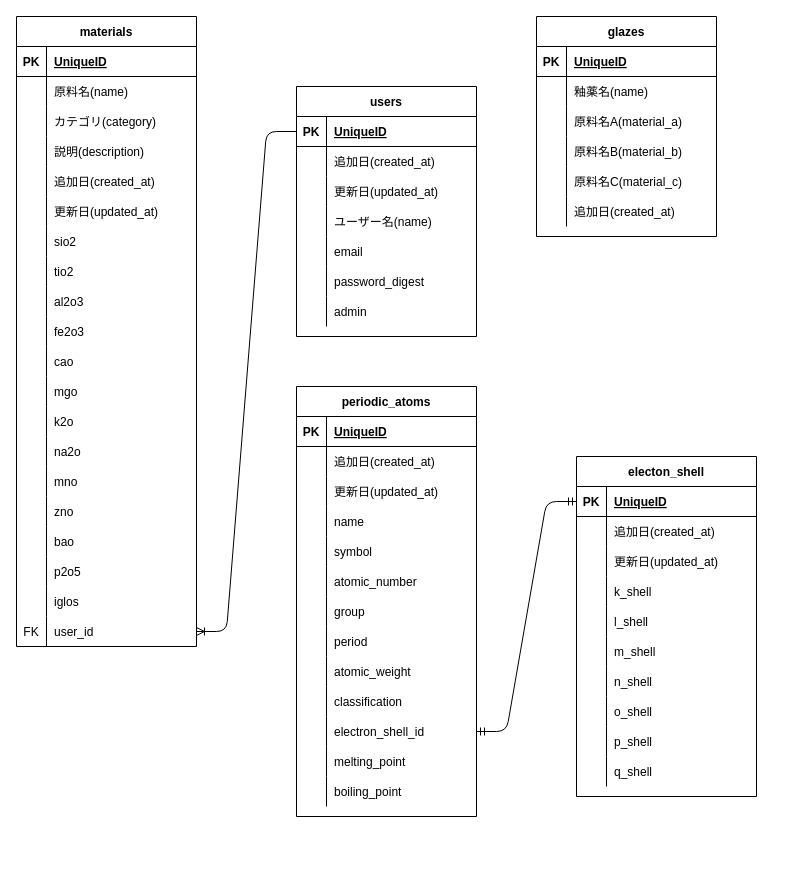
Before: public/ER図.dio in TTinoueTT/glaze_fav, a draw.io diagram. Source tidied: cells renumbered, new cells numbered last; positions are measured from the earlier drawing's top-left corner, leaving out a move shared by most shapes. Both pictures are drawn from the tidied source at 100%, with x=0, y=0 at pixel (16, 16).
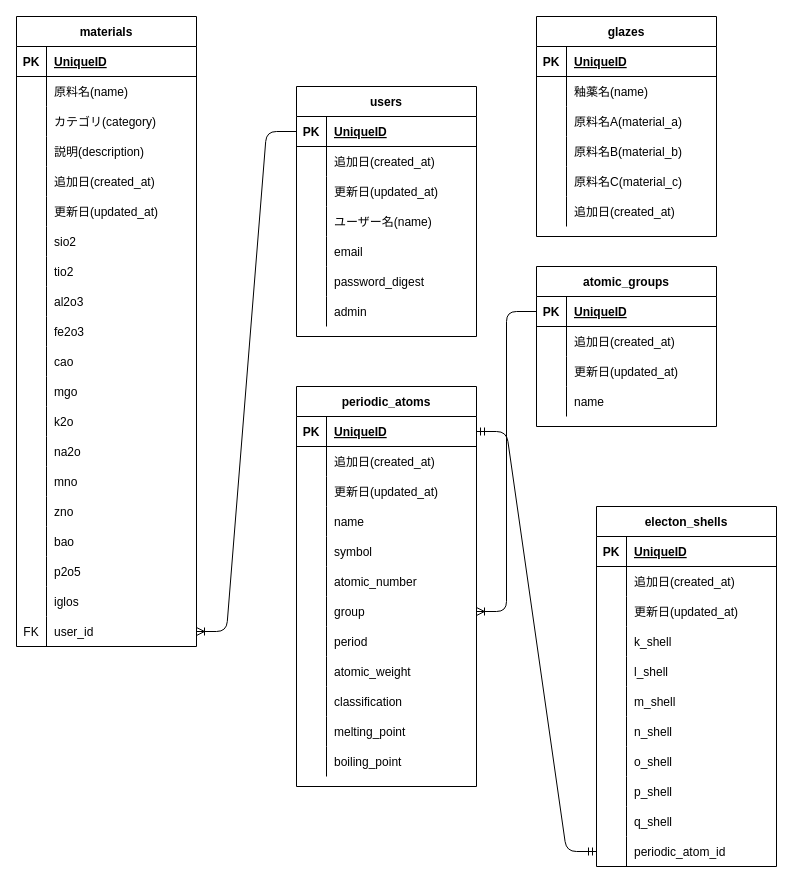
The same page after the edit.

Commit message:
update: periodic_atomsに対するアソシエーションの設定

The change refers to these unchanged cells:
```xml
<mxCell id="86" style="shape=partialRectangle;fillColor=none;top=0;left=0;bottom=1;right=0;points=[[0,0.5],[1,0.5]];portConstraint=eastwest;" parent="85" vertex="1">
  <mxGeometry y="30" width="180" height="30" as="geometry" />
</mxCell>
<mxCell id="104" style="shape=partialRectangle;fillColor=none;top=0;left=0;bottom=0;right=0;points=[[0,0.5],[1,0.5]];portConstraint=eastwest;" parent="85" vertex="1">
  <mxGeometry y="210" width="180" height="30" as="geometry" />
</mxCell>
<mxCell id="146" style="shape=partialRectangle;fillColor=none;top=0;left=0;bottom=1;right=0;points=[[0,0.5],[1,0.5]];portConstraint=eastwest;" parent="145" vertex="1">
  <mxGeometry y="30" width="180" height="30" as="geometry" />
</mxCell>
```

The edit, as a diff of the source:
```diff
@@
     <mxCell id="85" value="periodic_atoms" style="shape=table;startSize=30;childLayout=tableLayout;rowLines=0;fontStyle=1;align=center;" parent="1" vertex="1">
-      <mxGeometry x="280" y="370" width="180" height="430" as="geometry" />
+      <mxGeometry x="280" y="370" width="180" height="400" as="geometry" />
     </mxCell>
@@
-    <mxCell id="116" style="shape=partialRectangle;fillColor=none;top=0;left=0;bottom=0;right=0;points=[[0,0.5],[1,0.5]];portConstraint=eastwest;" parent="85" vertex="1">
-      <mxGeometry y="330" width="180" height="30" as="geometry" />
-    </mxCell>
-    <mxCell id="117" style="shape=partialRectangle;fillColor=none;top=0;left=0;bottom=0;right=0;overflow=hidden;" parent="116" vertex="1">
-      <mxGeometry width="30" height="30" as="geometry" />
-    </mxCell>
-    <mxCell id="118" value="electron_shell_id" style="shape=partialRectangle;fillColor=none;top=0;left=0;bottom=0;right=0;align=left;spacingLeft=6;overflow=hidden;" parent="116" vertex="1">
-      <mxGeometry x="30" width="150" height="30" as="geometry" />
-    </mxCell>
     <mxCell id="119" style="shape=partialRectangle;fillColor=none;top=0;left=0;bottom=0;right=0;" parent="85" vertex="1">
-      <mxGeometry y="360" width="180" height="30" as="geometry" />
+      <mxGeometry y="330" width="180" height="30" as="geometry" />
     </mxCell>
@@
     <mxCell id="122" style="shape=partialRectangle;fillColor=none;top=0;left=0;bottom=0;right=0;" parent="85" vertex="1">
-      <mxGeometry y="390" width="180" height="30" as="geometry" />
+      <mxGeometry y="360" width="180" height="30" as="geometry" />
     </mxCell>
@@
-    <mxCell id="145" value="electon_shell" style="shape=table;startSize=30;childLayout=tableLayout;rowLines=0;fontStyle=1;align=center;" parent="1" vertex="1">
-      <mxGeometry x="560" y="440" width="180" height="340" as="geometry" />
+    <mxCell id="145" value="electon_shells" style="shape=table;startSize=30;childLayout=tableLayout;rowLines=0;fontStyle=1;align=center;" parent="1" vertex="1">
+      <mxGeometry x="580" y="490" width="180" height="360" as="geometry" />
     </mxCell>
@@
+    <mxCell id="116" style="shape=partialRectangle;fillColor=none;top=0;left=0;bottom=0;right=0;points=[[0,0.5],[1,0.5]];portConstraint=eastwest;" parent="145" vertex="1">
+      <mxGeometry y="330" width="180" height="30" as="geometry" />
+    </mxCell>
+    <mxCell id="177" style="shape=partialRectangle;fillColor=none;top=0;left=0;bottom=0;right=0;overflow=hidden;" parent="116" vertex="1">
+      <mxGeometry width="30" height="30" as="geometry" />
+    </mxCell>
+    <mxCell id="178" value="periodic_atom_id" style="shape=partialRectangle;fillColor=none;top=0;left=0;bottom=0;right=0;align=left;spacingLeft=6;overflow=hidden;" parent="116" vertex="1">
+      <mxGeometry x="30" width="150" height="30" as="geometry" />
+    </mxCell>
-    <mxCell id="176" style="edgeStyle=entityRelationEdgeStyle;fontSize=12;html=1;endArrow=ERmandOne;startArrow=ERmandOne;exitX=1;exitY=0.5;exitDx=0;exitDy=0;entryX=0;entryY=0.5;entryDx=0;entryDy=0;" parent="1" edge="1" source="116" target="146">
+    <mxCell id="176" style="edgeStyle=entityRelationEdgeStyle;fontSize=12;html=1;endArrow=ERmandOne;startArrow=ERmandOne;exitX=1;exitY=0.5;exitDx=0;exitDy=0;entryX=0;entryY=0.5;entryDx=0;entryDy=0;" parent="1" edge="1" source="86" target="116">
       <mxGeometry relative="1" as="geometry" />
     </mxCell>
+    <mxCell id="179" value="atomic_groups" style="shape=table;startSize=30;childLayout=tableLayout;rowLines=0;fontStyle=1;align=center;" parent="1" vertex="1">
+      <mxGeometry x="520" y="250" width="180" height="160" as="geometry" />
+    </mxCell>
+    <mxCell id="180" style="shape=partialRectangle;fillColor=none;top=0;left=0;bottom=1;right=0;points=[[0,0.5],[1,0.5]];portConstraint=eastwest;" parent="179" vertex="1">
+      <mxGeometry y="30" width="180" height="30" as="geometry" />
+    </mxCell>
+    <mxCell id="181" value="PK" style="shape=partialRectangle;fillColor=none;top=0;left=0;bottom=0;right=0;fontStyle=1;overflow=hidden;" parent="180" vertex="1">
+      <mxGeometry width="30" height="30" as="geometry" />
+    </mxCell>
+    <mxCell id="182" value="UniqueID" style="shape=partialRectangle;fillColor=none;top=0;left=0;bottom=0;right=0;align=left;spacingLeft=6;fontStyle=5;overflow=hidden;" parent="180" vertex="1">
+      <mxGeometry x="30" width="150" height="30" as="geometry" />
+    </mxCell>
+    <mxCell id="183" style="shape=partialRectangle;fillColor=none;top=0;left=0;bottom=0;right=0;" parent="179" vertex="1">
+      <mxGeometry y="60" width="180" height="30" as="geometry" />
+    </mxCell>
+    <mxCell id="184" style="shape=partialRectangle;fillColor=none;top=0;left=0;bottom=0;right=0;overflow=hidden;" parent="183" vertex="1">
+      <mxGeometry width="30" height="30" as="geometry" />
+    </mxCell>
+    <mxCell id="185" value="追加日(created_at)" style="shape=partialRectangle;fillColor=none;top=0;left=0;bottom=0;right=0;align=left;spacingLeft=6;overflow=hidden;" parent="183" vertex="1">
+      <mxGeometry x="30" width="150" height="30" as="geometry" />
+    </mxCell>
+    <mxCell id="186" style="shape=partialRectangle;fillColor=none;top=0;left=0;bottom=0;right=0;" parent="179" vertex="1">
+      <mxGeometry y="90" width="180" height="30" as="geometry" />
+    </mxCell>
+    <mxCell id="187" style="shape=partialRectangle;fillColor=none;top=0;left=0;bottom=0;right=0;overflow=hidden;" parent="186" vertex="1">
+      <mxGeometry width="30" height="30" as="geometry" />
+    </mxCell>
+    <mxCell id="188" value="更新日(updated_at)" style="shape=partialRectangle;fillColor=none;top=0;left=0;bottom=0;right=0;align=left;spacingLeft=6;overflow=hidden;" parent="186" vertex="1">
+      <mxGeometry x="30" width="150" height="30" as="geometry" />
+    </mxCell>
+    <mxCell id="189" style="shape=partialRectangle;fillColor=none;top=0;left=0;bottom=0;right=0;" parent="179" vertex="1">
+      <mxGeometry y="120" width="180" height="30" as="geometry" />
+    </mxCell>
+    <mxCell id="190" style="shape=partialRectangle;fillColor=none;top=0;left=0;bottom=0;right=0;overflow=hidden;" parent="189" vertex="1">
+      <mxGeometry width="30" height="30" as="geometry" />
+    </mxCell>
+    <mxCell id="191" value="name" style="shape=partialRectangle;fillColor=none;top=0;left=0;bottom=0;right=0;align=left;spacingLeft=6;overflow=hidden;" parent="189" vertex="1">
+      <mxGeometry x="30" width="150" height="30" as="geometry" />
+    </mxCell>
+    <mxCell id="192" style="edgeStyle=entityRelationEdgeStyle;fontSize=12;html=1;endArrow=ERoneToMany;exitX=0;exitY=0.5;exitDx=0;exitDy=0;entryX=1;entryY=0.5;entryDx=0;entryDy=0;" parent="1" edge="1" source="180" target="104">
+      <mxGeometry relative="1" as="geometry" />
+    </mxCell>
```
